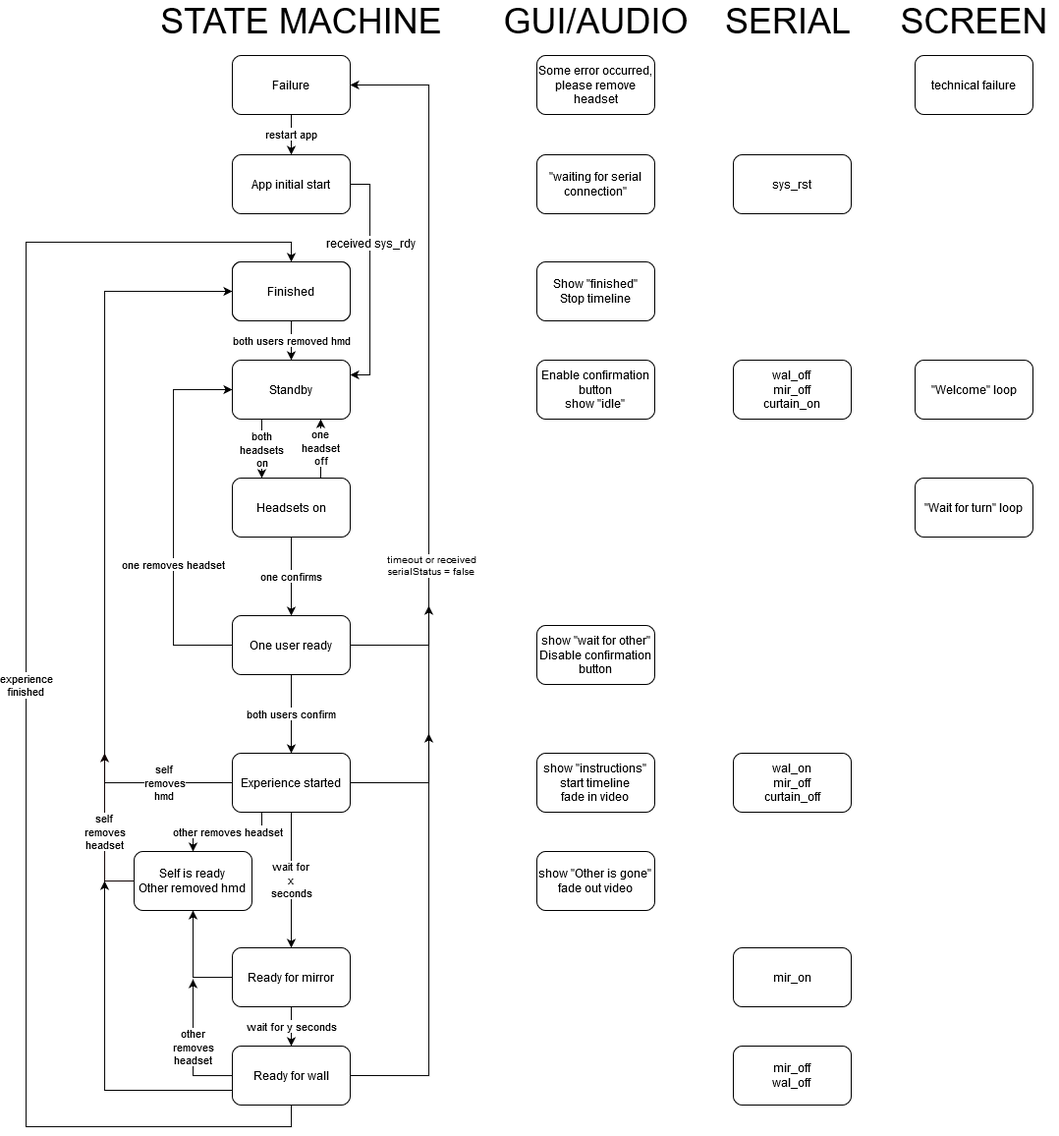
BeAnotherLab/The-Machine-to-be-Another-Unity keeps this draw.io diagram as Docs/Technorama flow.png. Above is the earlier version. Source tidied: cells renumbered, new cells last; positions are measured from the earlier drawing's top-left corner, leaving out a move shared by most shapes.
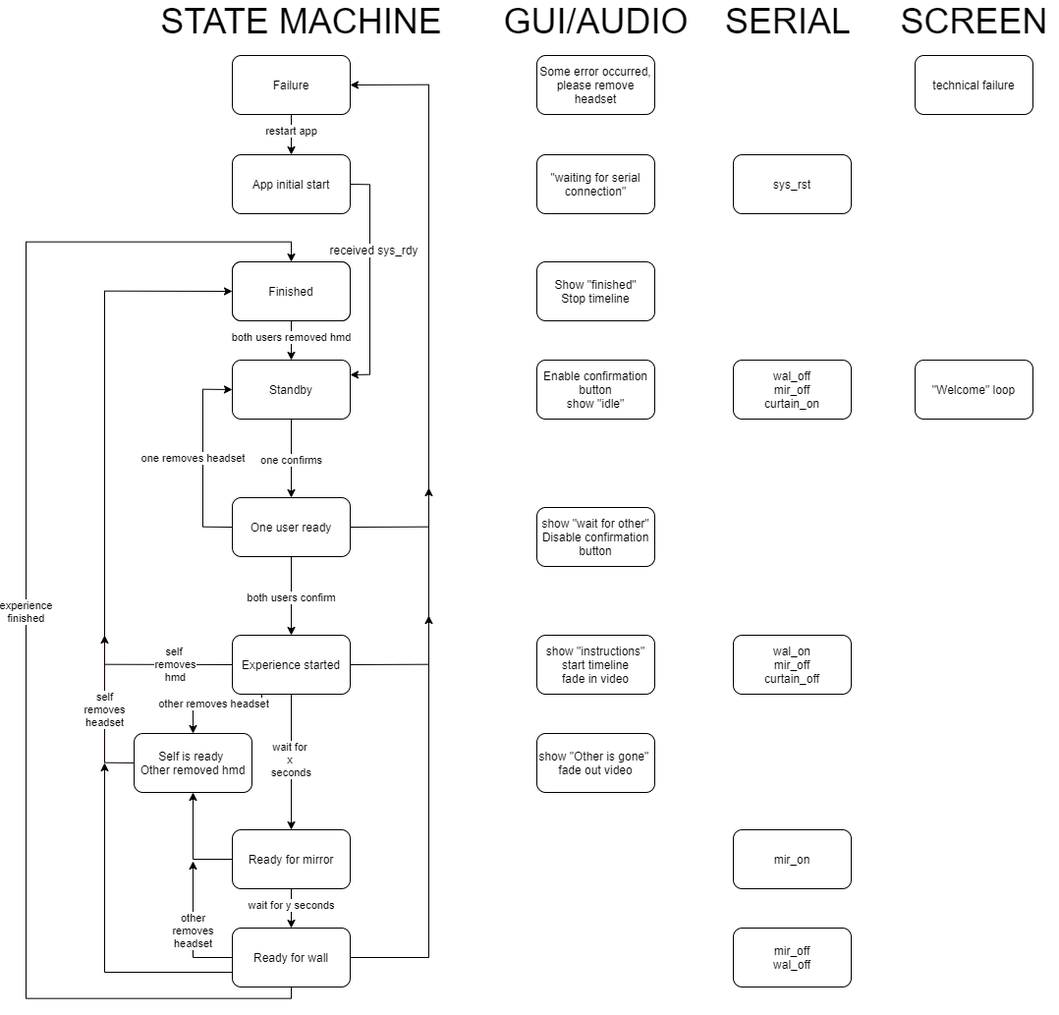
After the change.

What changed in the source:
```diff
@@ -8,9 +8,6 @@
     <mxCell id="3" value="Finished" style="rounded=1;whiteSpace=wrap;html=1;" parent="1" vertex="1">
       <mxGeometry x="210" y="260" width="120" height="60" as="geometry" />
     </mxCell>
-    <mxCell id="4" value="both&lt;br&gt;headsets&lt;br&gt;on" style="edgeStyle=orthogonalEdgeStyle;rounded=0;jettySize=auto;html=1;exitX=0.25;exitY=1;exitDx=0;exitDy=0;entryX=0.25;entryY=0;entryDx=0;entryDy=0;strokeColor=#000000;" parent="1" edge="1" source="5" target="53">
-      <mxGeometry relative="1" as="geometry" />
-    </mxCell>
     <mxCell id="5" value="Standby" style="rounded=1;whiteSpace=wrap;html=1;" parent="1" vertex="1">
       <mxGeometry x="210" y="360" width="120" height="60" as="geometry" />
     </mxCell>
@@ -18,20 +15,20 @@
       <mxGeometry relative="1" as="geometry" />
     </mxCell>
     <mxCell id="7" value="other removes headset" style="edgeStyle=orthogonalEdgeStyle;rounded=0;jettySize=auto;html=1;exitX=0.25;exitY=1;exitDx=0;exitDy=0;entryX=0.5;entryY=0;entryDx=0;entryDy=0;" parent="1" edge="1" source="9" target="25">
-      <mxGeometry relative="1" as="geometry">
+      <mxGeometry x="0.09" relative="1" as="geometry">
         <Array as="points">
-          <mxPoint x="240" y="840" />
-          <mxPoint x="170" y="840" />
+          <mxPoint x="240" y="710" />
+          <mxPoint x="170" y="710" />
         </Array>
       </mxGeometry>
     </mxCell>
     <mxCell id="8" style="edgeStyle=orthogonalEdgeStyle;rounded=0;jettySize=auto;html=1;exitX=1;exitY=0.5;exitDx=0;exitDy=0;" parent="1" edge="1" source="9">
       <mxGeometry relative="1" as="geometry">
-        <mxPoint x="410" y="740" as="targetPoint" />
+        <mxPoint x="410" y="620" as="targetPoint" />
       </mxGeometry>
     </mxCell>
     <mxCell id="9" value="Experience started" style="rounded=1;whiteSpace=wrap;html=1;" parent="1" vertex="1">
-      <mxGeometry x="210" y="760" width="120" height="60" as="geometry" />
+      <mxGeometry x="210" y="640" width="120" height="60" as="geometry" />
     </mxCell>
     <mxCell id="10" value="&lt;div&gt;wait for y seconds&lt;/div&gt;" style="edgeStyle=orthogonalEdgeStyle;rounded=0;jettySize=auto;html=1;" parent="1" edge="1" source="12" target="18">
       <mxGeometry relative="1" as="geometry" />
@@ -39,19 +36,19 @@
     <mxCell id="11" style="edgeStyle=orthogonalEdgeStyle;rounded=0;jettySize=auto;html=1;exitX=0;exitY=0.25;exitDx=0;exitDy=0;entryX=0.5;entryY=1;entryDx=0;entryDy=0;strokeColor=#000000;fontColor=#FF2121;" parent="1" edge="1" source="12" target="25">
       <mxGeometry relative="1" as="geometry">
         <Array as="points">
-          <mxPoint x="210" y="988" />
-          <mxPoint x="170" y="988" />
+          <mxPoint x="210" y="868" />
+          <mxPoint x="170" y="868" />
         </Array>
       </mxGeometry>
     </mxCell>
     <mxCell id="12" value="Ready for mirror" style="rounded=1;whiteSpace=wrap;html=1;" parent="1" vertex="1">
-      <mxGeometry x="210" y="958" width="120" height="60" as="geometry" />
+      <mxGeometry x="210" y="838" width="120" height="60" as="geometry" />
     </mxCell>
     <mxCell id="13" value="&lt;div&gt;experience&lt;/div&gt;&lt;div&gt;finished&lt;br&gt;&lt;/div&gt;" style="edgeStyle=orthogonalEdgeStyle;rounded=0;jettySize=auto;html=1;entryX=0.5;entryY=0;entryDx=0;entryDy=0;exitX=0.5;exitY=1;exitDx=0;exitDy=0;" parent="1" edge="1" source="18" target="3">
       <mxGeometry relative="1" as="geometry">
         <Array as="points">
-          <mxPoint x="270" y="1140" />
-          <mxPoint y="1140" />
+          <mxPoint x="270" y="1010" />
+          <mxPoint y="1010" />
           <mxPoint y="240" />
           <mxPoint x="270" y="240" />
         </Array>
@@ -60,66 +57,61 @@
     <mxCell id="14" style="edgeStyle=orthogonalEdgeStyle;rounded=0;jettySize=auto;html=1;exitX=1;exitY=0.5;exitDx=0;exitDy=0;entryX=1;entryY=0.5;entryDx=0;entryDy=0;" parent="1" edge="1" source="18" target="45">
       <mxGeometry relative="1" as="geometry">
         <Array as="points">
-          <mxPoint x="410" y="1088" />
+          <mxPoint x="410" y="968" />
           <mxPoint x="410" y="80" />
         </Array>
       </mxGeometry>
     </mxCell>
-    <mxCell id="15" value="&lt;div style=&quot;font-size: 10px;&quot;&gt;timeout or received&lt;br style=&quot;font-size: 10px;&quot;&gt;&lt;/div&gt;&lt;div style=&quot;font-size: 10px;&quot;&gt; serialStatus = false&lt;br style=&quot;font-size: 10px;&quot;&gt;&lt;/div&gt;" style="text;html=1;align=center;verticalAlign=middle;labelBackgroundColor=#ffffff;fontSize=10;" parent="14" vertex="1">
-      <mxGeometry x="-0.11" y="-2" relative="1" as="geometry">
-        <mxPoint y="-78.4" as="offset" />
-      </mxGeometry>
-    </mxCell>
     <mxCell id="16" value="other&lt;br&gt;removes&lt;br&gt;headset" style="edgeStyle=orthogonalEdgeStyle;rounded=0;jettySize=auto;html=1;" parent="1" edge="1" source="18">
       <mxGeometry relative="1" as="geometry">
-        <mxPoint x="170" y="990" as="targetPoint" />
+        <mxPoint x="170" y="870" as="targetPoint" />
       </mxGeometry>
     </mxCell>
     <mxCell id="17" style="edgeStyle=orthogonalEdgeStyle;rounded=0;jettySize=auto;html=1;exitX=0;exitY=0.75;exitDx=0;exitDy=0;" parent="1" edge="1" source="18">
       <mxGeometry relative="1" as="geometry">
-        <mxPoint x="80" y="890" as="targetPoint" />
+        <mxPoint x="80" y="770" as="targetPoint" />
       </mxGeometry>
     </mxCell>
     <mxCell id="18" value="Ready for wall" style="rounded=1;whiteSpace=wrap;html=1;" parent="1" vertex="1">
-      <mxGeometry x="210" y="1058" width="120" height="60" as="geometry" />
+      <mxGeometry x="210" y="938" width="120" height="60" as="geometry" />
     </mxCell>
     <mxCell id="19" value="both users confirm" style="edgeStyle=orthogonalEdgeStyle;rounded=0;jettySize=auto;html=1;exitX=0.5;exitY=1;exitDx=0;exitDy=0;entryX=0.5;entryY=0;entryDx=0;entryDy=0;" parent="1" edge="1" source="22" target="9">
       <mxGeometry relative="1" as="geometry" />
     </mxCell>
     <mxCell id="20" style="edgeStyle=orthogonalEdgeStyle;rounded=0;jettySize=auto;html=1;exitX=1;exitY=0.5;exitDx=0;exitDy=0;" parent="1" edge="1" source="22">
       <mxGeometry relative="1" as="geometry">
-        <mxPoint x="410" y="610" as="targetPoint" />
+        <mxPoint x="410" y="490" as="targetPoint" />
         <Array as="points">
-          <mxPoint x="410" y="650" />
+          <mxPoint x="410" y="530" />
         </Array>
       </mxGeometry>
     </mxCell>
     <mxCell id="21" value="one removes headset" style="edgeStyle=orthogonalEdgeStyle;rounded=0;jettySize=auto;html=1;exitX=0;exitY=0.5;exitDx=0;exitDy=0;entryX=0;entryY=0.5;entryDx=0;entryDy=0;" parent="1" edge="1" source="22" target="5">
-      <mxGeometry x="-0.25" relative="1" as="geometry">
+      <mxGeometry y="10" relative="1" as="geometry">
         <Array as="points">
-          <mxPoint x="150" y="650" />
-          <mxPoint x="150" y="390" />
+          <mxPoint x="180" y="530" />
+          <mxPoint x="180" y="390" />
         </Array>
       </mxGeometry>
     </mxCell>
     <mxCell id="22" value="One user ready" style="rounded=1;whiteSpace=wrap;html=1;" parent="1" vertex="1">
-      <mxGeometry x="210" y="620" width="120" height="60" as="geometry" />
+      <mxGeometry x="210" y="500" width="120" height="60" as="geometry" />
     </mxCell>
     <mxCell id="23" value="&lt;div&gt;self &lt;br&gt;&lt;/div&gt;&lt;div&gt;removes&lt;/div&gt;&lt;div&gt;hmd&lt;br&gt;&lt;/div&gt;" style="edgeStyle=orthogonalEdgeStyle;rounded=0;jettySize=auto;html=1;entryX=0;entryY=0.5;entryDx=0;entryDy=0;exitX=0;exitY=0.5;exitDx=0;exitDy=0;" parent="1" edge="1" source="9" target="41">
       <mxGeometry x="-0.82" relative="1" as="geometry">
         <Array as="points">
-          <mxPoint x="80" y="790" />
+          <mxPoint x="80" y="670" />
           <mxPoint x="80" y="290" />
         </Array>
       </mxGeometry>
     </mxCell>
     <mxCell id="24" value="self&lt;br&gt;removes&lt;br&gt;headset" style="edgeStyle=orthogonalEdgeStyle;rounded=0;jettySize=auto;html=1;exitX=0;exitY=0.5;exitDx=0;exitDy=0;strokeColor=#0F0202;" parent="1" edge="1" source="25">
       <mxGeometry relative="1" as="geometry">
-        <mxPoint x="80" y="760" as="targetPoint" />
+        <mxPoint x="80" y="640" as="targetPoint" />
       </mxGeometry>
     </mxCell>
     <mxCell id="25" value="&lt;div&gt;Self is ready &lt;br&gt;&lt;/div&gt;&lt;div&gt;Other removed hmd&lt;br&gt;&lt;/div&gt;" style="rounded=1;whiteSpace=wrap;html=1;" parent="1" vertex="1">
-      <mxGeometry x="110" y="860" width="120" height="60" as="geometry" />
+      <mxGeometry x="110" y="740" width="120" height="60" as="geometry" />
     </mxCell>
     <mxCell id="26" value="&lt;font style=&quot;font-size: 36px&quot;&gt;STATE MACHINE&lt;br&gt;&lt;/font&gt;" style="text;html=1;align=center;verticalAlign=middle;" parent="1" vertex="1">
       <mxGeometry x="130" width="300" height="30" as="geometry" />
@@ -137,25 +129,25 @@
       <mxGeometry x="520" y="360" width="120" height="60" as="geometry" />
     </mxCell>
     <mxCell id="31" value="&lt;div&gt;show &quot;wait for other&quot;&lt;/div&gt;&lt;div&gt;Disable confirmation button&lt;br&gt;&lt;/div&gt;" style="rounded=1;whiteSpace=wrap;html=1;" parent="1" vertex="1">
-      <mxGeometry x="520" y="630" width="120" height="60" as="geometry" />
+      <mxGeometry x="520" y="510" width="120" height="60" as="geometry" />
     </mxCell>
     <mxCell id="32" value="&lt;div&gt;show &quot;instructions&quot;&lt;br&gt;&lt;/div&gt;&lt;div&gt;start timeline&lt;br&gt;&lt;/div&gt;&lt;div&gt;fade in video&lt;br&gt;&lt;/div&gt;" style="rounded=1;whiteSpace=wrap;html=1;" parent="1" vertex="1">
-      <mxGeometry x="520" y="760" width="120" height="60" as="geometry" />
+      <mxGeometry x="520" y="640" width="120" height="60" as="geometry" />
     </mxCell>
     <mxCell id="33" value="&lt;div&gt;show &quot;Other is gone&quot; &lt;br&gt;&lt;/div&gt;&lt;div&gt;fade out video&lt;br&gt;&lt;/div&gt;" style="rounded=1;whiteSpace=wrap;html=1;" parent="1" vertex="1">
-      <mxGeometry x="520" y="860" width="120" height="60" as="geometry" />
+      <mxGeometry x="520" y="740" width="120" height="60" as="geometry" />
     </mxCell>
     <mxCell id="34" value="wal_off&lt;br&gt;mir_off&lt;br&gt;curtain_on" style="rounded=1;whiteSpace=wrap;html=1;" parent="1" vertex="1">
       <mxGeometry x="720" y="360" width="120" height="60" as="geometry" />
     </mxCell>
     <mxCell id="35" value="&lt;div&gt;wal_on&lt;/div&gt;&lt;div&gt;mir_off&lt;br&gt;&lt;/div&gt;&lt;div&gt;curtain_off&lt;/div&gt;" style="rounded=1;whiteSpace=wrap;html=1;" parent="1" vertex="1">
-      <mxGeometry x="720" y="760" width="120" height="60" as="geometry" />
+      <mxGeometry x="720" y="640" width="120" height="60" as="geometry" />
     </mxCell>
     <mxCell id="36" value="mir_on" style="rounded=1;whiteSpace=wrap;html=1;" parent="1" vertex="1">
-      <mxGeometry x="720" y="958" width="120" height="60" as="geometry" />
+      <mxGeometry x="720" y="838" width="120" height="60" as="geometry" />
     </mxCell>
     <mxCell id="37" value="&lt;div&gt;mir_off&lt;/div&gt;&lt;div&gt;wal_off&lt;br&gt;&lt;/div&gt;" style="rounded=1;whiteSpace=wrap;html=1;" parent="1" vertex="1">
-      <mxGeometry x="720" y="1058" width="120" height="60" as="geometry" />
+      <mxGeometry x="720" y="938" width="120" height="60" as="geometry" />
     </mxCell>
     <mxCell id="38" style="edgeStyle=orthogonalEdgeStyle;rounded=0;jettySize=auto;html=1;exitX=1;exitY=0.5;exitDx=0;exitDy=0;entryX=1;entryY=0.25;entryDx=0;entryDy=0;" parent="1" edge="1" source="40" target="5">
       <mxGeometry relative="1" as="geometry" />
@@ -192,23 +184,13 @@
     <mxCell id="48" value="&quot;Welcome&quot; loop" style="rounded=1;whiteSpace=wrap;html=1;" parent="1" vertex="1">
       <mxGeometry x="905" y="360" width="120" height="60" as="geometry" />
     </mxCell>
-    <mxCell id="49" value="&lt;span style=&quot;white-space: normal&quot;&gt;&quot;Wait for turn&quot; loop&lt;/span&gt;" style="rounded=1;whiteSpace=wrap;html=1;" parent="1" vertex="1">
-      <mxGeometry x="905" y="480" width="120" height="60" as="geometry" />
-    </mxCell>
     <mxCell id="50" value="technical failure" style="rounded=1;whiteSpace=wrap;html=1;" parent="1" vertex="1">
       <mxGeometry x="905" y="50" width="120" height="60" as="geometry" />
     </mxCell>
-    <mxCell id="51" value="one&lt;br&gt;headset&lt;br&gt;off" style="edgeStyle=orthogonalEdgeStyle;rounded=0;orthogonalLoop=1;jettySize=auto;html=1;exitX=0.75;exitY=0;exitDx=0;exitDy=0;entryX=0.75;entryY=1;entryDx=0;entryDy=0;strokeColor=#000000;" parent="1" edge="1">
-      <mxGeometry relative="1" as="geometry">
-        <mxPoint x="300" y="480" as="sourcePoint" />
-        <mxPoint x="300" y="420" as="targetPoint" />
-      </mxGeometry>
-    </mxCell>
-    <mxCell id="52" value="one confirms" style="edgeStyle=orthogonalEdgeStyle;rounded=0;jettySize=auto;html=1;" parent="1" edge="1" source="53" target="22">
-      <mxGeometry relative="1" as="geometry" />
+    <mxCell id="52" value="one confirms" style="edgeStyle=orthogonalEdgeStyle;rounded=0;jettySize=auto;html=1;" parent="1" edge="1" target="22">
+      <mxGeometry relative="1" as="geometry">
+        <mxPoint x="270" y="420" as="sourcePoint" />
+      </mxGeometry>
     </mxCell>
-    <mxCell id="53" value="Headsets on" style="rounded=1;whiteSpace=wrap;html=1;" parent="1" vertex="1">
-      <mxGeometry x="210" y="480" width="120" height="60" as="geometry" />
-    </mxCell>
   </root>
 </mxGraphModel>
```
